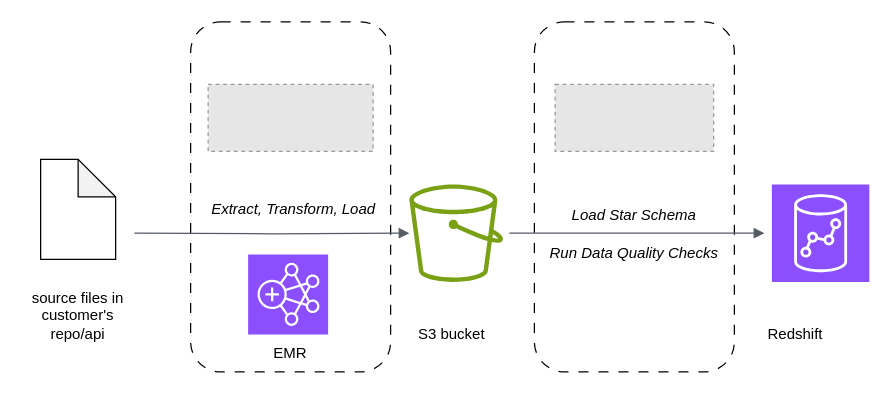
Before: img/Unbenanntes Diagramm.drawio in NaomiRadke/DataEngineerCapstoneProject, a draw.io diagram. Source tidied: cells renumbered, new cells numbered last; positions are measured from the earlier drawing's top-left corner, leaving out a move shared by most shapes. Both pictures are drawn from the tidied source at 125%, with x=0, y=0 at pixel (21, 21). Pictures stored in the file or linked from it are replaced by grey dashed boxes.
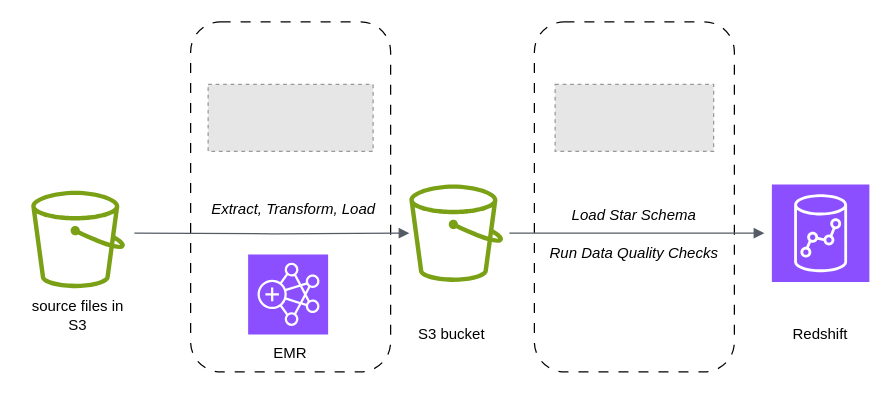
Above is the later version.

Change to the diagram source:
```diff
@@
-    <mxCell id="7" style="shape=note;whiteSpace=wrap;html=1;backgroundOutline=1;darkOpacity=0.05;" parent="1" vertex="1">
-      <mxGeometry x="15" y="110" width="60" height="80" as="geometry" />
-    </mxCell>
-    <mxCell id="8" value="source files in customer's repo/api" style="text;html=1;strokeColor=none;fillColor=none;align=center;verticalAlign=middle;whiteSpace=wrap;rounded=0;" parent="1" vertex="1">
+    <mxCell id="8" value="source files in S3" style="text;html=1;strokeColor=none;fillColor=none;align=center;verticalAlign=middle;whiteSpace=wrap;rounded=0;" parent="1" vertex="1">
       <mxGeometry y="220" width="90" height="30" as="geometry" />
     </mxCell>
@@
     <mxCell id="13" value="Redshift" style="text;html=1;strokeColor=none;fillColor=none;align=center;verticalAlign=middle;whiteSpace=wrap;rounded=0;" parent="1" vertex="1">
-      <mxGeometry x="589" y="235" width="60" height="30" as="geometry" />
+      <mxGeometry x="609" y="235" width="60" height="30" as="geometry" />
     </mxCell>
@@
+    <mxCell id="20" style="sketch=0;fontColor=#232F3E;gradientColor=none;fillColor=#7AA116;strokeColor=none;dashed=0;verticalLabelPosition=bottom;verticalAlign=top;align=center;html=1;fontSize=12;fontStyle=0;shape=mxgraph.aws4.bucket;" parent="1" vertex="1">
+      <mxGeometry x="7.5" y="135" width="75" height="78" as="geometry" />
+    </mxCell>
```
